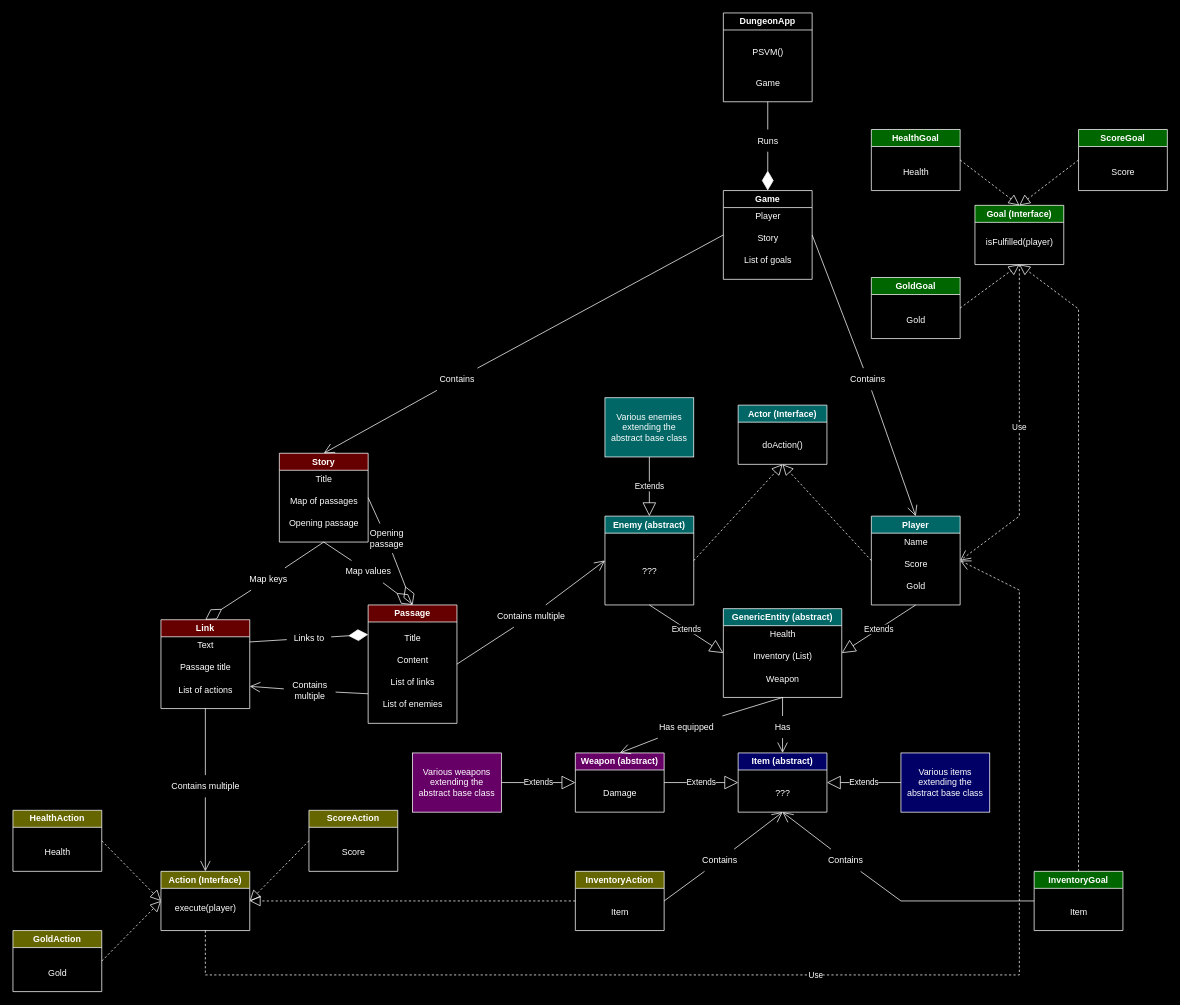
Earlier version of the draw.io diagram plan.drawio (SmileyFace799/mappe-prosjekt-paths-gruppe-23-archived). Source tidied: cells renumbered, new cells numbered last; positions are measured from the earlier drawing's top-left corner, leaving out a move shared by most shapes. Both pictures are drawn from the tidied source at 74%, with x=0, y=0 at pixel (13, 13).
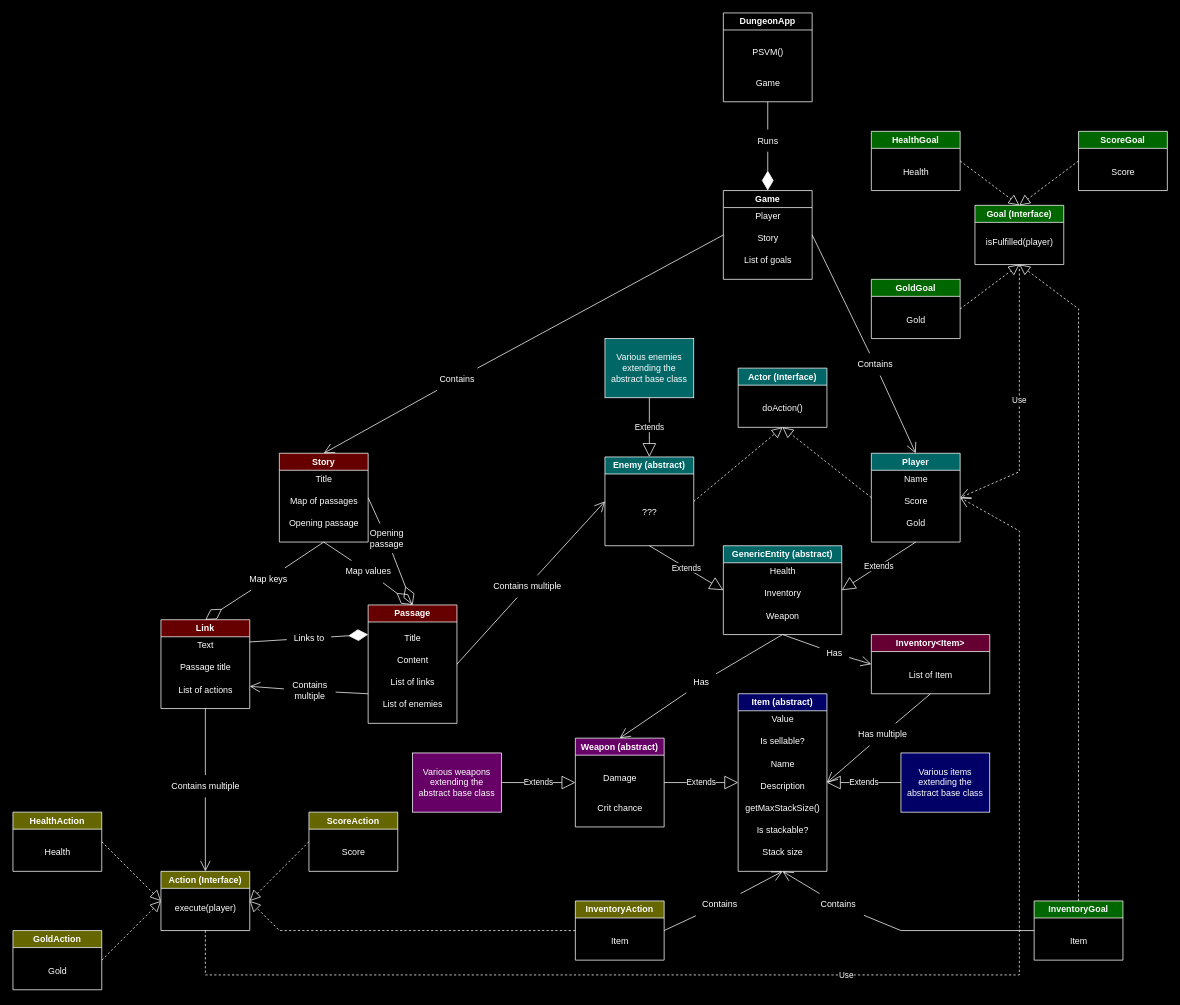
The same diagram, later.

Unchanged cells that the change refers to:
```xml
<mxCell id="68" value="Action (Interface)" style="swimlane;whiteSpace=wrap;html=1;fontColor=#FFFFFF;fillColor=#666600;strokeColor=#FFFFFF;" parent="1" vertex="1">
  <mxGeometry x="200" y="1160" width="120" height="80" as="geometry" />
</mxCell>
<mxCell id="97" value="Goal (Interface)" style="swimlane;whiteSpace=wrap;html=1;fontColor=#FFFFFF;fillColor=#006600;strokeColor=#FFFFFF;" parent="1" vertex="1">
  <mxGeometry x="1300" y="260" width="120" height="80" as="geometry" />
</mxCell>
```

The edit, as a diff of the source:
```diff
@@
     <mxCell id="15" value="GenericEntity (abstract)" style="swimlane;whiteSpace=wrap;html=1;strokeColor=#FFFFFF;fontColor=#FFFFFF;fillColor=#006666;" parent="1" vertex="1">
-      <mxGeometry x="960" y="805" width="160" height="120" as="geometry" />
+      <mxGeometry x="960" y="720" width="160" height="120" as="geometry" />
     </mxCell>
@@
-    <mxCell id="17" value="Inventory (List)" style="text;html=1;align=center;verticalAlign=middle;strokeColor=none;fillColor=none;fontColor=#FFFFFF;" parent="15" vertex="1">
-      <mxGeometry x="30" y="50" width="100" height="30" as="geometry" />
+    <mxCell id="17" value="Inventory" style="text;html=1;align=center;verticalAlign=middle;strokeColor=none;fillColor=none;fontColor=#FFFFFF;" parent="15" vertex="1">
+      <mxGeometry x="45" y="50" width="70" height="30" as="geometry" />
     </mxCell>
@@
     <mxCell id="19" value="Player&lt;br&gt;" style="swimlane;whiteSpace=wrap;html=1;strokeColor=#FFFFFF;fontColor=#FFFFFF;fillColor=#006666;" parent="1" vertex="1">
-      <mxGeometry x="1160" y="680" width="120" height="120" as="geometry" />
+      <mxGeometry x="1160" y="595" width="120" height="120" as="geometry" />
     </mxCell>
@@
     <mxCell id="23" value="Enemy (abstract)" style="swimlane;whiteSpace=wrap;html=1;strokeColor=#FFFFFF;fontColor=#FFFFFF;fillColor=#006666;" parent="1" vertex="1">
-      <mxGeometry x="800" y="680" width="120" height="120" as="geometry" />
+      <mxGeometry x="800" y="600" width="120" height="120" as="geometry" />
     </mxCell>
@@
     <mxCell id="25" value="Actor (Interface)" style="swimlane;whiteSpace=wrap;html=1;strokeColor=#FFFFFF;fontColor=#FFFFFF;fillColor=#006666;" parent="1" vertex="1">
-      <mxGeometry x="980" y="530" width="120" height="80" as="geometry" />
+      <mxGeometry x="980" y="480" width="120" height="80" as="geometry" />
     </mxCell>
@@
-    <mxCell id="27" value="Weapon (abstract)" style="swimlane;whiteSpace=wrap;html=1;strokeColor=#FFFFFF;fontColor=#FFFFFF;fillColor=#660066;" parent="1" vertex="1">
-      <mxGeometry x="760" y="1000" width="120" height="80" as="geometry" />
-    </mxCell>
-    <mxCell id="28" value="Damage" style="text;html=1;align=center;verticalAlign=middle;strokeColor=none;fillColor=none;fontColor=#FFFFFF;" parent="27" vertex="1">
-      <mxGeometry x="25" y="40" width="70" height="30" as="geometry" />
-    </mxCell>
     <mxCell id="29" value="Various enemies extending the abstract base class" style="rounded=0;whiteSpace=wrap;html=1;strokeColor=#FFFFFF;fontColor=#FFFFFF;fillColor=#006666;" parent="1" vertex="1">
-      <mxGeometry x="800" y="520" width="120" height="80" as="geometry" />
+      <mxGeometry x="800" y="440" width="120" height="80" as="geometry" />
     </mxCell>
-    <mxCell id="30" value="Various weapons extending the abstract base class" style="rounded=0;whiteSpace=wrap;html=1;strokeColor=#FFFFFF;fontColor=#FFFFFF;fillColor=#660066;" parent="1" vertex="1">
-      <mxGeometry x="540" y="1000" width="120" height="80" as="geometry" />
-    </mxCell>
@@
-    <mxCell id="37" style="endArrow=open;endFill=1;endSize=12;html=1;rounded=0;strokeColor=#FFFFFF;startArrow=none;entryX=0.5;entryY=0;entryDx=0;entryDy=0;" parent="1" edge="1" source="38" target="74">
+    <mxCell id="37" style="endArrow=open;endFill=1;endSize=12;html=1;rounded=0;strokeColor=#FFFFFF;startArrow=none;entryX=0;entryY=0.5;entryDx=0;entryDy=0;" parent="1" edge="1" source="38" target="128">
       <mxGeometry relative="1" as="geometry" />
     </mxCell>
     <mxCell id="38" value="Has" style="text;html=1;align=center;verticalAlign=middle;points=[];strokeColor=none;fillColor=none;fontColor=#FFFFFF;" parent="1" vertex="1">
-      <mxGeometry x="1020" y="950" width="40" height="30" as="geometry" />
+      <mxGeometry x="1090" y="850" width="40" height="30" as="geometry" />
     </mxCell>
@@
-    <mxCell id="42" value="Extends" style="endArrow=block;endSize=16;endFill=0;html=1;rounded=0;labelBackgroundColor=#000000;strokeColor=#FFFFFF;fontColor=#FFFFFF;entryX=0;entryY=0.5;entryDx=0;entryDy=0;exitX=1;exitY=0.5;exitDx=0;exitDy=0;" parent="1" edge="1" source="30" target="27">
-      <mxGeometry relative="1" as="geometry" />
-    </mxCell>
@@
     <mxCell id="60" value="Contains multiple" style="text;html=1;align=center;verticalAlign=middle;points=[];strokeColor=none;fillColor=none;fontColor=#FFFFFF;" parent="1" vertex="1">
-      <mxGeometry x="640" y="800" width="120" height="30" as="geometry" />
+      <mxGeometry x="635" y="760" width="120" height="30" as="geometry" />
     </mxCell>
@@
     <mxCell id="63" value="Contains" style="text;html=1;align=center;verticalAlign=middle;points=[];strokeColor=none;fillColor=none;fontColor=#FFFFFF;" parent="1" vertex="1">
-      <mxGeometry x="1120" y="480" width="70" height="30" as="geometry" />
+      <mxGeometry x="1130" y="460" width="70" height="30" as="geometry" />
     </mxCell>
@@
     <mxCell id="70" value="Use" style="endArrow=open;endSize=12;dashed=1;html=1;rounded=0;labelBackgroundColor=#000000;strokeColor=#FFFFFF;fontColor=#FFFFFF;exitX=0.5;exitY=1;exitDx=0;exitDy=0;entryX=1;entryY=0.5;entryDx=0;entryDy=0;" parent="1" edge="1" source="68" target="19">
       <mxGeometry relative="1" as="geometry">
         <Array as="points">
           <mxPoint x="260" y="1300" />
           <mxPoint x="1360" y="1300" />
-          <mxPoint x="1360" y="780" />
+          <mxPoint x="1360" y="700" />
         </Array>
       </mxGeometry>
     </mxCell>
@@
-    <mxCell id="74" value="Item (abstract)" style="swimlane;whiteSpace=wrap;html=1;strokeColor=#FFFFFF;fontColor=#FFFFFF;fillColor=#000066;" parent="1" vertex="1">
-      <mxGeometry x="980" y="1000" width="120" height="80" as="geometry" />
-    </mxCell>
-    <mxCell id="75" value="???" style="text;html=1;align=center;verticalAlign=middle;strokeColor=none;fillColor=none;fontColor=#FFFFFF;" parent="74" vertex="1">
-      <mxGeometry x="40" y="40" width="40" height="30" as="geometry" />
-    </mxCell>
-    <mxCell id="76" value="Various items extending the abstract base class" style="rounded=0;whiteSpace=wrap;html=1;strokeColor=#FFFFFF;fontColor=#FFFFFF;fillColor=#000066;" parent="1" vertex="1">
-      <mxGeometry x="1200" y="1000" width="120" height="80" as="geometry" />
-    </mxCell>
-    <mxCell id="77" value="Extends" style="endArrow=block;endSize=16;endFill=0;html=1;rounded=0;labelBackgroundColor=#000000;strokeColor=#FFFFFF;fontColor=#FFFFFF;exitX=0;exitY=0.5;exitDx=0;exitDy=0;entryX=1;entryY=0.5;entryDx=0;entryDy=0;" parent="1" edge="1" source="76" target="74">
-      <mxGeometry relative="1" as="geometry" />
-    </mxCell>
-    <mxCell id="78" value="Extends" style="endArrow=block;endSize=16;endFill=0;html=1;rounded=0;labelBackgroundColor=#000000;strokeColor=#FFFFFF;fontColor=#FFFFFF;exitX=1;exitY=0.5;exitDx=0;exitDy=0;entryX=0;entryY=0.5;entryDx=0;entryDy=0;" parent="1" edge="1" source="27" target="74">
-      <mxGeometry relative="1" as="geometry" />
-    </mxCell>
-    <mxCell id="79" style="endArrow=open;endFill=1;endSize=12;html=1;rounded=0;labelBackgroundColor=#000000;strokeColor=#FFFFFF;fontColor=#FFFFFF;entryX=0.5;entryY=0;entryDx=0;entryDy=0;startArrow=none;" parent="1" edge="1" source="80" target="27">
+    <mxCell id="79" style="endArrow=open;endFill=1;endSize=12;html=1;rounded=0;labelBackgroundColor=#000000;strokeColor=#FFFFFF;fontColor=#FFFFFF;startArrow=none;entryX=0.5;entryY=0;entryDx=0;entryDy=0;" parent="1" edge="1" source="80" target="27">
       <mxGeometry relative="1" as="geometry" />
     </mxCell>
-    <mxCell id="80" value="Has equipped" style="text;html=1;align=center;verticalAlign=middle;points=[];strokeColor=none;fillColor=none;fontColor=#FFFFFF;" parent="1" vertex="1">
-      <mxGeometry x="860" y="950" width="100" height="30" as="geometry" />
+    <mxCell id="80" value="Has" style="text;html=1;align=center;verticalAlign=middle;points=[];strokeColor=none;fillColor=none;fontColor=#FFFFFF;" parent="1" vertex="1">
+      <mxGeometry x="910" y="890" width="40" height="30" as="geometry" />
     </mxCell>
@@
     <mxCell id="82" value="InventoryAction" style="swimlane;whiteSpace=wrap;html=1;strokeColor=#FFFFFF;fontColor=#FFFFFF;fillColor=#666600;" parent="1" vertex="1">
-      <mxGeometry x="760" y="1160" width="120" height="80" as="geometry" />
+      <mxGeometry x="760" y="1200" width="120" height="80" as="geometry" />
     </mxCell>
@@
     <mxCell id="84" style="endArrow=block;dashed=1;endFill=0;endSize=12;html=1;rounded=0;labelBackgroundColor=#000000;strokeColor=#FFFFFF;fontColor=#FFFFFF;exitX=0;exitY=0.5;exitDx=0;exitDy=0;entryX=1;entryY=0.5;entryDx=0;entryDy=0;" parent="1" edge="1" source="82" target="68">
-      <mxGeometry relative="1" as="geometry" />
+      <mxGeometry relative="1" as="geometry">
+        <Array as="points">
+          <mxPoint x="360" y="1240" />
+        </Array>
+      </mxGeometry>
     </mxCell>
-    <mxCell id="85" style="endArrow=open;endFill=1;endSize=12;html=1;rounded=0;labelBackgroundColor=#000000;strokeColor=#FFFFFF;fontColor=#FFFFFF;entryX=0.5;entryY=1;entryDx=0;entryDy=0;startArrow=none;" parent="1" edge="1" source="86" target="74">
+    <mxCell id="85" style="endArrow=open;endFill=1;endSize=12;html=1;rounded=0;labelBackgroundColor=#000000;strokeColor=#FFFFFF;fontColor=#FFFFFF;startArrow=none;entryX=0.5;entryY=1;entryDx=0;entryDy=0;" parent="1" edge="1" source="86" target="74">
       <mxGeometry relative="1" as="geometry" />
     </mxCell>
     <mxCell id="86" value="Contains" style="text;html=1;align=center;verticalAlign=middle;points=[];strokeColor=none;fillColor=none;fontColor=#FFFFFF;" parent="1" vertex="1">
-      <mxGeometry x="920" y="1130" width="70" height="30" as="geometry" />
+      <mxGeometry x="920" y="1190" width="70" height="30" as="geometry" />
     </mxCell>
@@
     <mxCell id="88" value="GoldAction" style="swimlane;whiteSpace=wrap;html=1;strokeColor=#FFFFFF;fontColor=#FFFFFF;fillColor=#666600;" parent="1" vertex="1">
-      <mxGeometry y="1240" width="120" height="82.5" as="geometry" />
+      <mxGeometry y="1240" width="120" height="80" as="geometry" />
     </mxCell>
     <mxCell id="89" value="Gold" style="text;html=1;align=center;verticalAlign=middle;strokeColor=none;fillColor=none;fontColor=#FFFFFF;" parent="88" vertex="1">
-      <mxGeometry x="35" y="42.5" width="50" height="30" as="geometry" />
+      <mxGeometry x="35" y="40" width="50" height="30" as="geometry" />
     </mxCell>
     <mxCell id="90" value="HealthAction" style="swimlane;whiteSpace=wrap;html=1;strokeColor=#FFFFFF;fontColor=#FFFFFF;fillColor=#666600;" parent="1" vertex="1">
-      <mxGeometry y="1077.5" width="120" height="82.5" as="geometry" />
+      <mxGeometry y="1080" width="120" height="80" as="geometry" />
     </mxCell>
     <mxCell id="91" value="Health" style="text;html=1;align=center;verticalAlign=middle;strokeColor=none;fillColor=none;fontColor=#FFFFFF;" parent="90" vertex="1">
-      <mxGeometry x="30" y="42.5" width="60" height="30" as="geometry" />
+      <mxGeometry x="30" y="40" width="60" height="30" as="geometry" />
     </mxCell>
     <mxCell id="92" value="ScoreAction" style="swimlane;whiteSpace=wrap;html=1;strokeColor=#FFFFFF;fontColor=#FFFFFF;fillColor=#666600;" parent="1" vertex="1">
-      <mxGeometry x="400" y="1077.5" width="120" height="82.5" as="geometry" />
+      <mxGeometry x="400" y="1080" width="120" height="80" as="geometry" />
     </mxCell>
     <mxCell id="93" value="Score" style="text;html=1;align=center;verticalAlign=middle;strokeColor=none;fillColor=none;fontColor=#FFFFFF;" parent="92" vertex="1">
-      <mxGeometry x="35" y="42.5" width="50" height="30" as="geometry" />
+      <mxGeometry x="35" y="40" width="50" height="30" as="geometry" />
     </mxCell>
@@
     <mxCell id="99" value="InventoryGoal" style="swimlane;whiteSpace=wrap;html=1;strokeColor=#FFFFFF;fontColor=#FFFFFF;fillColor=#006600;" parent="1" vertex="1">
-      <mxGeometry x="1380" y="1160" width="120" height="80" as="geometry" />
+      <mxGeometry x="1380" y="1200" width="120" height="80" as="geometry" />
     </mxCell>
@@
     <mxCell id="101" value="GoldGoal" style="swimlane;whiteSpace=wrap;html=1;strokeColor=#FFFFFF;fontColor=#FFFFFF;fillColor=#006600;" parent="1" vertex="1">
-      <mxGeometry x="1160" y="357.5" width="120" height="82.5" as="geometry" />
+      <mxGeometry x="1160" y="360" width="120" height="80" as="geometry" />
     </mxCell>
     <mxCell id="102" value="Gold" style="text;html=1;align=center;verticalAlign=middle;strokeColor=none;fillColor=none;fontColor=#FFFFFF;" parent="101" vertex="1">
-      <mxGeometry x="35" y="42.5" width="50" height="30" as="geometry" />
+      <mxGeometry x="35" y="40" width="50" height="30" as="geometry" />
     </mxCell>
     <mxCell id="103" value="HealthGoal" style="swimlane;whiteSpace=wrap;html=1;strokeColor=#FFFFFF;fontColor=#FFFFFF;fillColor=#006600;" parent="1" vertex="1">
-      <mxGeometry x="1160" y="157.5" width="120" height="82.5" as="geometry" />
+      <mxGeometry x="1160" y="160" width="120" height="80" as="geometry" />
     </mxCell>
     <mxCell id="104" value="Health" style="text;html=1;align=center;verticalAlign=middle;strokeColor=none;fillColor=none;fontColor=#FFFFFF;" parent="103" vertex="1">
-      <mxGeometry x="30" y="42.5" width="60" height="30" as="geometry" />
+      <mxGeometry x="30" y="40" width="60" height="30" as="geometry" />
     </mxCell>
     <mxCell id="105" value="ScoreGoal" style="swimlane;whiteSpace=wrap;html=1;strokeColor=#FFFFFF;fontColor=#FFFFFF;fillColor=#006600;" parent="1" vertex="1">
-      <mxGeometry x="1440" y="157.5" width="120" height="82.5" as="geometry" />
+      <mxGeometry x="1440" y="160" width="120" height="80" as="geometry" />
     </mxCell>
     <mxCell id="106" value="Score" style="text;html=1;align=center;verticalAlign=middle;strokeColor=none;fillColor=none;fontColor=#FFFFFF;" parent="105" vertex="1">
-      <mxGeometry x="35" y="42.5" width="50" height="30" as="geometry" />
+      <mxGeometry x="35" y="40" width="50" height="30" as="geometry" />
     </mxCell>
     <mxCell id="107" value="Use" style="endArrow=open;endSize=12;dashed=1;html=1;rounded=0;labelBackgroundColor=#000000;strokeColor=#FFFFFF;fontColor=#FFFFFF;exitX=0.5;exitY=1;exitDx=0;exitDy=0;entryX=1;entryY=0.5;entryDx=0;entryDy=0;" parent="1" edge="1" source="97" target="19">
       <mxGeometry relative="1" as="geometry">
         <Array as="points">
-          <mxPoint x="1360" y="680" />
+          <mxPoint x="1360" y="620" />
         </Array>
       </mxGeometry>
     </mxCell>
@@
-    <mxCell id="112" style="endArrow=open;endFill=1;endSize=12;html=1;rounded=0;labelBackgroundColor=#000000;strokeColor=#FFFFFF;fontColor=#FFFFFF;entryX=0.5;entryY=1;entryDx=0;entryDy=0;startArrow=none;" parent="1" edge="1" source="113" target="74">
+    <mxCell id="112" style="endArrow=open;endFill=1;endSize=12;html=1;rounded=0;labelBackgroundColor=#000000;strokeColor=#FFFFFF;fontColor=#FFFFFF;startArrow=none;entryX=0.5;entryY=1;entryDx=0;entryDy=0;" parent="1" edge="1" source="113" target="74">
       <mxGeometry relative="1" as="geometry" />
     </mxCell>
     <mxCell id="113" value="Contains" style="text;html=1;align=center;verticalAlign=middle;points=[];strokeColor=none;fillColor=none;fontColor=#FFFFFF;" parent="1" vertex="1">
-      <mxGeometry x="1090" y="1130" width="70" height="30" as="geometry" />
+      <mxGeometry x="1080" y="1190" width="70" height="30" as="geometry" />
     </mxCell>
     <mxCell id="114" style="endArrow=none;endFill=1;endSize=12;html=1;rounded=0;labelBackgroundColor=#000000;strokeColor=#FFFFFF;fontColor=#FFFFFF;exitX=0;exitY=0.5;exitDx=0;exitDy=0;" parent="1" edge="1" source="99" target="113">
       <mxGeometry relative="1" as="geometry">
         <Array as="points">
-          <mxPoint x="1200" y="1200" />
+          <mxPoint x="1200" y="1240" />
         </Array>
       </mxGeometry>
     </mxCell>
@@
+    <mxCell id="74" value="Item (abstract)" style="swimlane;whiteSpace=wrap;html=1;strokeColor=#FFFFFF;fontColor=#FFFFFF;fillColor=#000066;" parent="1" vertex="1">
+      <mxGeometry x="980" y="920" width="120" height="240" as="geometry" />
+    </mxCell>
+    <mxCell id="121" value="Value" style="text;html=1;align=center;verticalAlign=middle;strokeColor=none;fillColor=none;fontColor=#FFFFFF;" parent="74" vertex="1">
+      <mxGeometry x="35" y="20" width="50" height="30" as="geometry" />
+    </mxCell>
+    <mxCell id="122" value="Is sellable?" style="text;html=1;align=center;verticalAlign=middle;strokeColor=none;fillColor=none;fontColor=#FFFFFF;" parent="74" vertex="1">
+      <mxGeometry x="20" y="50" width="80" height="30" as="geometry" />
+    </mxCell>
+    <mxCell id="123" value="Name" style="text;html=1;align=center;verticalAlign=middle;strokeColor=none;fillColor=none;fontColor=#FFFFFF;" parent="74" vertex="1">
+      <mxGeometry x="30" y="80" width="60" height="30" as="geometry" />
+    </mxCell>
+    <mxCell id="124" value="Description" style="text;html=1;align=center;verticalAlign=middle;strokeColor=none;fillColor=none;fontColor=#FFFFFF;" parent="74" vertex="1">
+      <mxGeometry x="20" y="110" width="80" height="30" as="geometry" />
+    </mxCell>
+    <mxCell id="125" value="&lt;font color=&quot;#ffffff&quot;&gt;getMaxStackSize()&lt;/font&gt;" style="text;html=1;align=center;verticalAlign=middle;strokeColor=none;fillColor=none;" parent="74" vertex="1">
+      <mxGeometry y="140" width="120" height="30" as="geometry" />
+    </mxCell>
+    <mxCell id="126" value="Is stackable?" style="text;html=1;align=center;verticalAlign=middle;strokeColor=none;fillColor=none;fontColor=#FFFFFF;" parent="74" vertex="1">
+      <mxGeometry x="15" y="170" width="90" height="30" as="geometry" />
+    </mxCell>
+    <mxCell id="127" value="&lt;font color=&quot;#ffffff&quot;&gt;Stack size&lt;/font&gt;" style="text;html=1;align=center;verticalAlign=middle;strokeColor=none;fillColor=none;" parent="74" vertex="1">
+      <mxGeometry x="20" y="200" width="80" height="30" as="geometry" />
+    </mxCell>
+    <mxCell id="128" value="Inventory&amp;lt;Item&amp;gt;" style="swimlane;whiteSpace=wrap;html=1;strokeColor=#FFFFFF;fontColor=#FFFFFF;fillColor=#660033;startSize=23;" parent="1" vertex="1">
+      <mxGeometry x="1160" y="840" width="160" height="80" as="geometry" />
+    </mxCell>
+    <mxCell id="129" value="List of Item" style="text;html=1;align=center;verticalAlign=middle;strokeColor=none;fillColor=none;fontColor=#FFFFFF;" parent="128" vertex="1">
+      <mxGeometry x="40" y="40" width="80" height="30" as="geometry" />
+    </mxCell>
+    <mxCell id="130" style="endArrow=open;endFill=1;endSize=12;html=1;rounded=0;strokeColor=#FFFFFF;fontColor=#FFFFFF;entryX=1;entryY=0.5;entryDx=0;entryDy=0;startArrow=none;" parent="1" edge="1" source="131" target="74">
+      <mxGeometry relative="1" as="geometry" />
+    </mxCell>
+    <mxCell id="131" value="Has multiple" style="text;html=1;align=center;verticalAlign=middle;points=[];strokeColor=none;fillColor=none;fontColor=#FFFFFF;" parent="1" vertex="1">
+      <mxGeometry x="1130" y="960" width="90" height="30" as="geometry" />
+    </mxCell>
+    <mxCell id="132" style="endArrow=none;endFill=1;endSize=12;html=1;rounded=0;strokeColor=#FFFFFF;fontColor=#FFFFFF;exitX=0.5;exitY=1;exitDx=0;exitDy=0;" parent="1" edge="1" source="128" target="131">
+      <mxGeometry relative="1" as="geometry" />
+    </mxCell>
+    <mxCell id="27" value="Weapon (abstract)" style="swimlane;whiteSpace=wrap;html=1;strokeColor=#FFFFFF;fontColor=#FFFFFF;fillColor=#660066;" parent="1" vertex="1">
+      <mxGeometry x="760" y="980" width="120" height="120" as="geometry" />
+    </mxCell>
+    <mxCell id="28" value="Damage" style="text;html=1;align=center;verticalAlign=middle;strokeColor=none;fillColor=none;fontColor=#FFFFFF;" parent="27" vertex="1">
+      <mxGeometry x="25" y="40" width="70" height="30" as="geometry" />
+    </mxCell>
+    <mxCell id="133" value="&lt;font color=&quot;#ffffff&quot;&gt;Crit chance&lt;/font&gt;" style="text;html=1;align=center;verticalAlign=middle;strokeColor=none;fillColor=none;" parent="27" vertex="1">
+      <mxGeometry x="20" y="80" width="80" height="30" as="geometry" />
+    </mxCell>
+    <mxCell id="30" value="Various weapons extending the abstract base class" style="rounded=0;whiteSpace=wrap;html=1;strokeColor=#FFFFFF;fontColor=#FFFFFF;fillColor=#660066;" parent="1" vertex="1">
+      <mxGeometry x="540" y="1000" width="120" height="80" as="geometry" />
+    </mxCell>
+    <mxCell id="42" value="Extends" style="endArrow=block;endSize=16;endFill=0;html=1;rounded=0;labelBackgroundColor=#000000;strokeColor=#FFFFFF;fontColor=#FFFFFF;entryX=0;entryY=0.5;entryDx=0;entryDy=0;exitX=1;exitY=0.5;exitDx=0;exitDy=0;" parent="1" edge="1" source="30" target="27">
+      <mxGeometry relative="1" as="geometry" />
+    </mxCell>
+    <mxCell id="78" value="Extends" style="endArrow=block;endSize=16;endFill=0;html=1;rounded=0;entryX=0;entryY=0.5;entryDx=0;entryDy=0;exitX=1;exitY=0.5;exitDx=0;exitDy=0;strokeColor=#FFFFFF;labelBackgroundColor=#000000;fontColor=#FFFFFF;" parent="1" edge="1" source="27" target="74">
+      <mxGeometry relative="1" as="geometry" />
+    </mxCell>
+    <mxCell id="76" value="Various items extending the abstract base class" style="rounded=0;whiteSpace=wrap;html=1;strokeColor=#FFFFFF;fontColor=#FFFFFF;fillColor=#000066;" parent="1" vertex="1">
+      <mxGeometry x="1200" y="1000" width="120" height="80" as="geometry" />
+    </mxCell>
+    <mxCell id="77" value="Extends" style="endArrow=block;endSize=16;endFill=0;html=1;rounded=0;labelBackgroundColor=#000000;strokeColor=#FFFFFF;fontColor=#FFFFFF;exitX=0;exitY=0.5;exitDx=0;exitDy=0;entryX=1;entryY=0.5;entryDx=0;entryDy=0;" parent="1" edge="1" source="76" target="74">
+      <mxGeometry relative="1" as="geometry" />
+    </mxCell>
```
